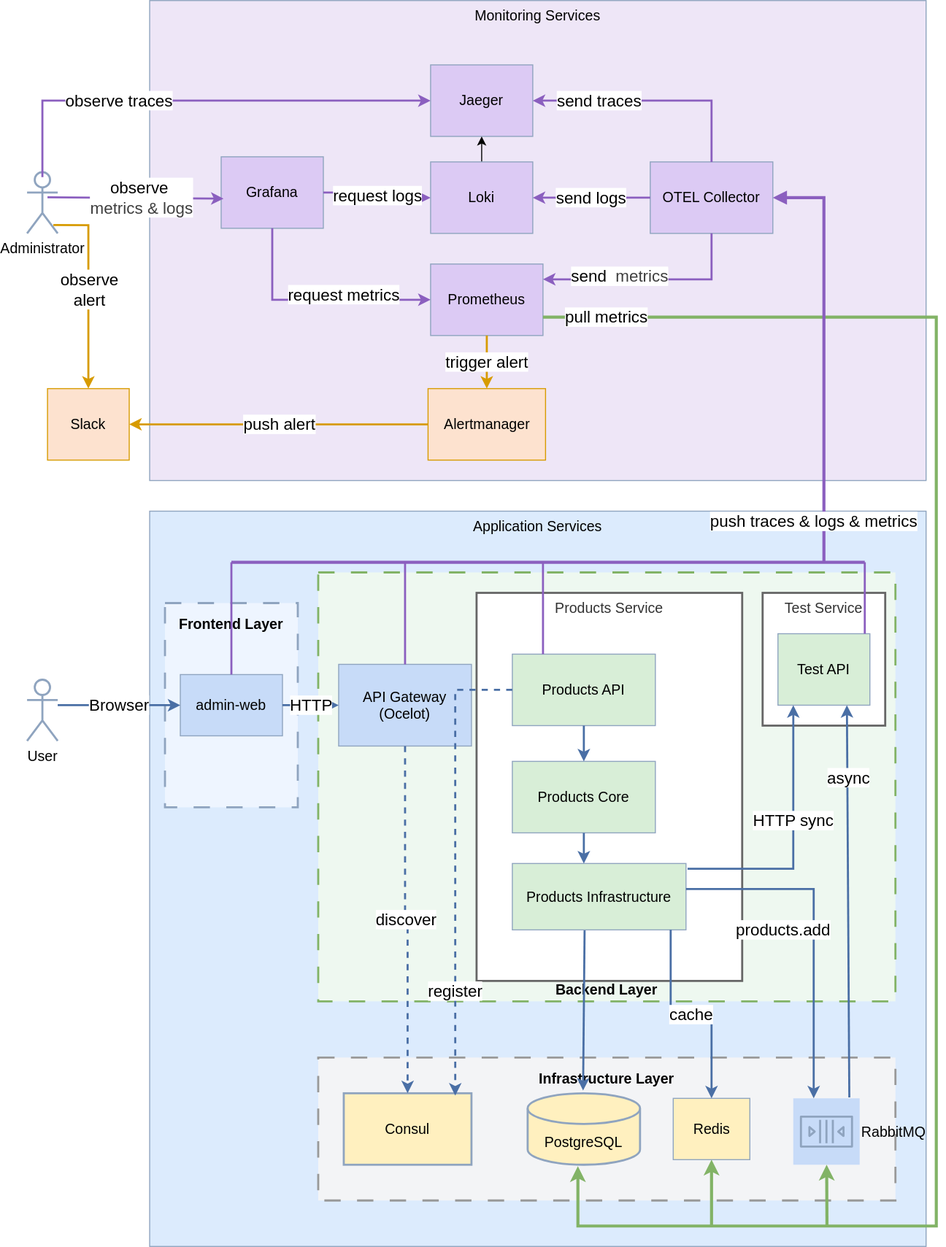
Before: images/ComponentsDiagram.svg, a diagram exported from draw.io (shaohuamo/MicroservicesDemo). Source tidied: cells renumbered, new cells last; positions are measured from the earlier drawing's top-left corner, leaving out a move shared by most shapes.
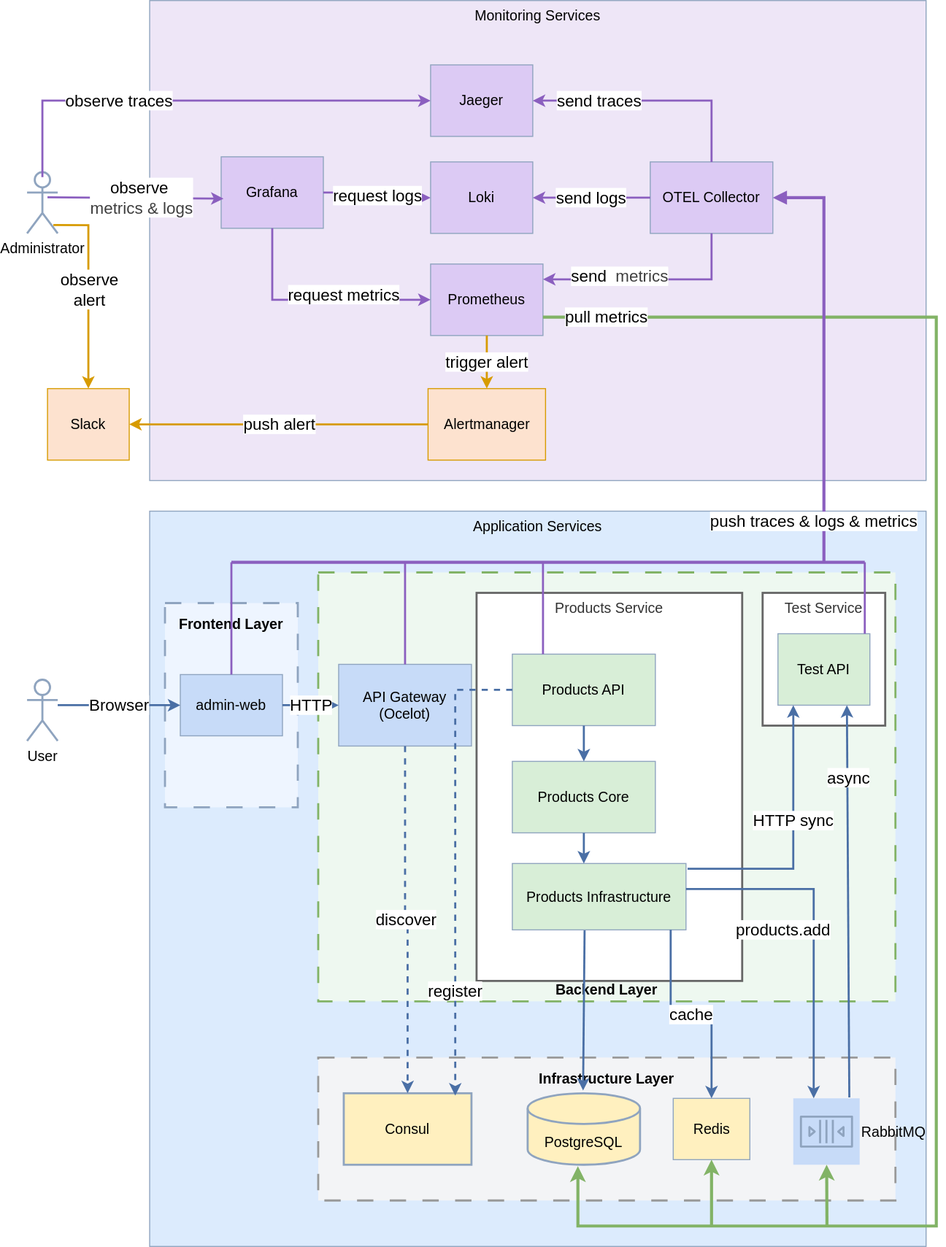
After the change.

Commit message:
Refactor code structure for improved readability and maintainability

Change to the diagram source:
```diff
@@ -35,9 +35,6 @@
     <mxCell id="12" value="Grafana" style="rounded=0;whiteSpace=wrap;html=1;fontSize=14;strokeWidth=1;fillColor=#DCCAF4;strokeColor=#8FA4BF;" parent="1" vertex="1">
       <mxGeometry x="190" y="153" width="100" height="70" as="geometry" />
     </mxCell>
-    <mxCell id="13" style="edgeStyle=none;html=1;" parent="1" edge="1" source="14" target="11">
-      <mxGeometry relative="1" as="geometry" />
-    </mxCell>
     <mxCell id="14" value="Loki" style="rounded=0;whiteSpace=wrap;html=1;fontSize=14;strokeWidth=1;fillColor=#DCCAF4;strokeColor=#8FA4BF;" parent="1" vertex="1">
       <mxGeometry x="395" y="158" width="100" height="70" as="geometry" />
     </mxCell>
```
